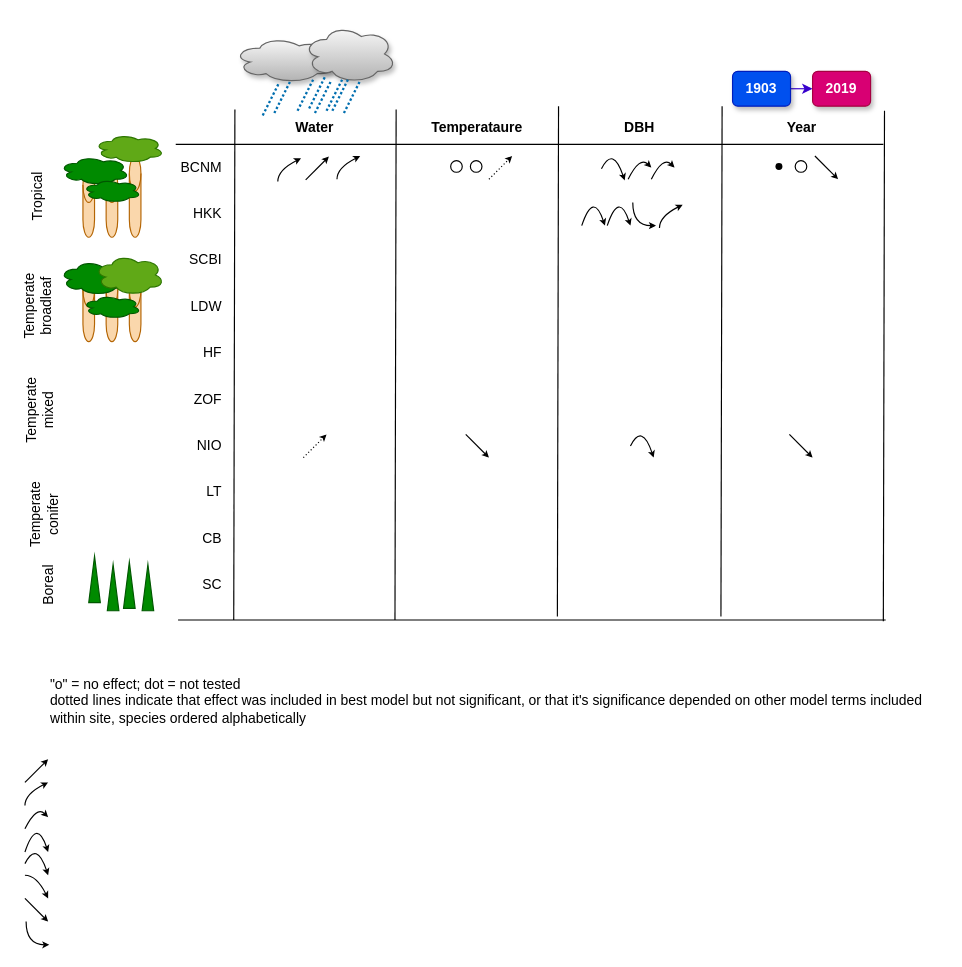
Before: doc/manuscript/tables_figures/SummaryFigure.drawio in EcoClimLab/ForestGEO-tree-rings, a draw.io diagram. Source tidied: cells renumbered, new cells numbered last; positions are measured from the earlier drawing's top-left corner, leaving out a move shared by most shapes. Both pictures are drawn from the tidied source at 116%, with x=0, y=0 at pixel (-1, 24).
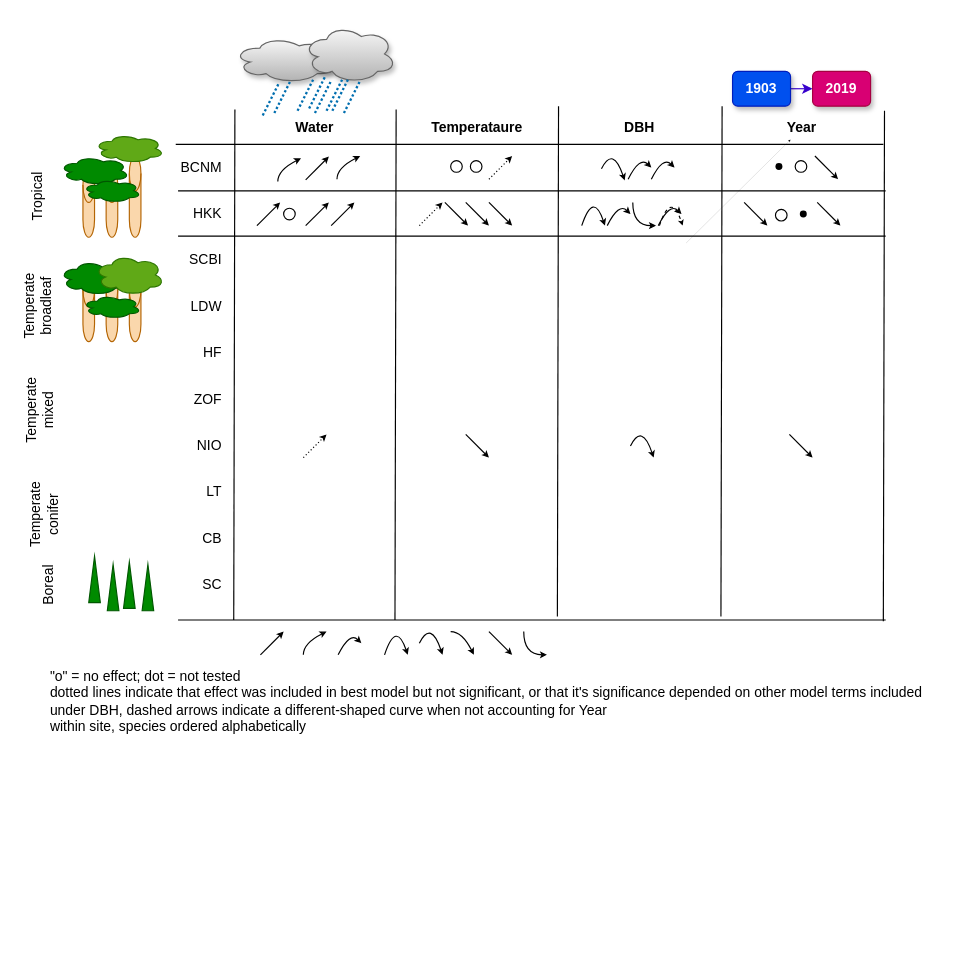
Above is the later version.

The change refers to these unchanged cells:
```xml
<mxCell id="19" value="Year" style="text;html=1;strokeColor=none;fillColor=none;align=center;verticalAlign=middle;whiteSpace=wrap;rounded=0;fontStyle=1;" parent="1" vertex="1">
  <mxGeometry x="622" y="79" width="140" height="20" as="geometry" />
</mxCell>
<mxCell id="59" style="ellipse;whiteSpace=wrap;html=1;rounded=1;shadow=0;align=left;fillColor=none;" parent="1" vertex="1">
  <mxGeometry x="592" y="188" as="geometry" />
</mxCell>
```

Diff of the diagram source:
```diff
@@
+    <mxCell id="87" style="curved=1;endArrow=classic;html=1;endSize=2;dashed=1;strokeWidth=1;" parent="1" edge="1">
+      <mxGeometry relative="1" as="geometry">
+        <mxPoint x="569" y="173" as="sourcePoint" />
+        <mxPoint x="589" y="173" as="targetPoint" />
+        <Array as="points">
+          <mxPoint x="579" y="143" />
+        </Array>
+      </mxGeometry>
+    </mxCell>
@@
-    <mxCell id="50" value="&lt;div&gt;&quot;o&quot; = no effect; dot = not tested&lt;br&gt;&lt;/div&gt;&lt;div&gt;dotted lines indicate that effect was included in best model but not significant, or that it's significance depended on other model terms included&lt;br&gt;&lt;/div&gt;&lt;div&gt;within site, species ordered alphabetically&lt;br&gt;&lt;/div&gt;" style="text;html=1;align=left;verticalAlign=middle;strokeColor=none;" parent="1" vertex="1">
-      <mxGeometry x="42" y="558" width="770" height="50" as="geometry" />
+    <mxCell id="50" value="&lt;div&gt;&quot;o&quot; = no effect; dot = not tested&lt;br&gt;&lt;/div&gt;&lt;div&gt;dotted lines indicate that effect was included in best model but not significant, or that it's significance depended on other model terms included&lt;/div&gt;&lt;div&gt;under DBH, dashed arrows indicate a different-shaped curve when not accounting for Year&lt;br&gt;&lt;/div&gt;&lt;div&gt;within site, species ordered alphabetically&lt;br&gt;&lt;/div&gt;" style="text;html=1;align=left;verticalAlign=middle;strokeColor=none;" parent="1" vertex="1">
+      <mxGeometry x="42" y="553" width="770" height="60" as="geometry" />
     </mxCell>
@@
     <mxCell id="52" style="endArrow=classic;html=1;endSize=3;" parent="1" edge="1">
       <mxGeometry relative="1" as="geometry">
-        <mxPoint x="22" y="653" as="sourcePoint" />
-        <mxPoint x="42" y="633" as="targetPoint" />
+        <mxPoint x="225" y="543" as="sourcePoint" />
+        <mxPoint x="245" y="523" as="targetPoint" />
       </mxGeometry>
     </mxCell>
     <mxCell id="53" style="curved=1;endArrow=classic;html=1;endSize=3;" parent="1" edge="1">
       <mxGeometry relative="1" as="geometry">
-        <mxPoint x="22" y="673" as="sourcePoint" />
-        <mxPoint x="42" y="653" as="targetPoint" />
+        <mxPoint x="262" y="543" as="sourcePoint" />
+        <mxPoint x="282" y="523" as="targetPoint" />
         <Array as="points">
-          <mxPoint x="22" y="663" />
+          <mxPoint x="262" y="533" />
         </Array>
       </mxGeometry>
     </mxCell>
@@
+    <mxCell id="88" style="edgeStyle=none;rounded=0;jettySize=auto;html=1;dashed=1;endSize=2;strokeColor=#000000;strokeWidth=0;" parent="1" edge="1" source="59" target="19">
+      <mxGeometry relative="1" as="geometry" />
+    </mxCell>
@@
     <mxCell id="62" style="curved=1;endArrow=classic;html=1;endSize=3;" parent="1" edge="1">
       <mxGeometry relative="1" as="geometry">
-        <mxPoint x="22" y="723" as="sourcePoint" />
-        <mxPoint x="42" y="733" as="targetPoint" />
+        <mxPoint x="362" y="533" as="sourcePoint" />
+        <mxPoint x="382" y="543" as="targetPoint" />
         <Array as="points">
-          <mxPoint x="32" y="703" />
+          <mxPoint x="372" y="513" />
         </Array>
       </mxGeometry>
     </mxCell>
@@
     <mxCell id="65" style="curved=1;endArrow=classic;html=1;endSize=3;" parent="1" edge="1">
       <mxGeometry relative="1" as="geometry">
-        <mxPoint x="22" y="713" as="sourcePoint" />
-        <mxPoint x="42" y="713" as="targetPoint" />
+        <mxPoint x="332" y="543" as="sourcePoint" />
+        <mxPoint x="352" y="543" as="targetPoint" />
         <Array as="points">
-          <mxPoint x="32" y="683" />
+          <mxPoint x="342" y="513" />
         </Array>
       </mxGeometry>
     </mxCell>
     <mxCell id="66" style="curved=1;endArrow=classic;html=1;endSize=3;" parent="1" edge="1">
       <mxGeometry relative="1" as="geometry">
-        <mxPoint x="23" y="773" as="sourcePoint" />
-        <mxPoint x="43" y="793" as="targetPoint" />
+        <mxPoint x="452" y="523" as="sourcePoint" />
+        <mxPoint x="472" y="543" as="targetPoint" />
         <Array as="points">
-          <mxPoint x="23" y="793" />
+          <mxPoint x="452" y="543" />
         </Array>
       </mxGeometry>
     </mxCell>
     <mxCell id="67" style="endArrow=classic;html=1;endSize=3;" parent="1" edge="1">
       <mxGeometry relative="1" as="geometry">
-        <mxPoint x="22" y="753" as="sourcePoint" />
-        <mxPoint x="42" y="773" as="targetPoint" />
+        <mxPoint x="422" y="523" as="sourcePoint" />
+        <mxPoint x="442" y="543" as="targetPoint" />
       </mxGeometry>
     </mxCell>
     <mxCell id="68" style="curved=1;endArrow=classic;html=1;endSize=3;" parent="1" edge="1">
       <mxGeometry relative="1" as="geometry">
-        <mxPoint x="22" y="693" as="sourcePoint" />
-        <mxPoint x="42" y="683" as="targetPoint" />
+        <mxPoint x="292" y="543" as="sourcePoint" />
+        <mxPoint x="312" y="533" as="targetPoint" />
         <Array as="points">
-          <mxPoint x="32" y="673" />
+          <mxPoint x="302" y="523" />
         </Array>
       </mxGeometry>
     </mxCell>
     <mxCell id="69" style="curved=1;endArrow=classic;html=1;endSize=3;" parent="1" edge="1">
       <mxGeometry relative="1" as="geometry">
-        <mxPoint x="22" y="733" as="sourcePoint" />
-        <mxPoint x="42" y="753" as="targetPoint" />
+        <mxPoint x="389" y="523" as="sourcePoint" />
+        <mxPoint x="409" y="543" as="targetPoint" />
         <Array as="points">
-          <mxPoint x="32" y="733" />
+          <mxPoint x="399" y="523" />
         </Array>
       </mxGeometry>
     </mxCell>
-    <mxCell id="70" style="curved=1;endArrow=classic;html=1;endSize=3;" parent="1" edge="1">
-      <mxGeometry relative="1" as="geometry">
-        <mxPoint x="524" y="173" as="sourcePoint" />
-        <mxPoint x="544" y="173" as="targetPoint" />
-        <Array as="points">
-          <mxPoint x="534" y="143" />
-        </Array>
-      </mxGeometry>
-    </mxCell>
@@
-    <mxCell id="73" style="curved=1;endArrow=classic;html=1;endSize=3;" parent="1" edge="1">
-      <mxGeometry relative="1" as="geometry">
-        <mxPoint x="569" y="175" as="sourcePoint" />
-        <mxPoint x="589" y="155" as="targetPoint" />
-        <Array as="points">
-          <mxPoint x="569" y="165" />
-        </Array>
-      </mxGeometry>
-    </mxCell>
@@
+    <mxCell id="89" style="endArrow=none;html=1;endSize=3;" parent="1" edge="1">
+      <mxGeometry relative="1" as="geometry">
+        <mxPoint x="154" y="143" as="sourcePoint" />
+        <mxPoint x="764" y="143" as="targetPoint" />
+      </mxGeometry>
+    </mxCell>
+    <mxCell id="90" style="endArrow=none;html=1;endSize=3;" parent="1" edge="1">
+      <mxGeometry relative="1" as="geometry">
+        <mxPoint x="154" y="182" as="sourcePoint" />
+        <mxPoint x="764" y="182" as="targetPoint" />
+      </mxGeometry>
+    </mxCell>
+    <mxCell id="91" style="curved=1;endArrow=classic;html=1;endSize=3;" parent="1" edge="1">
+      <mxGeometry relative="1" as="geometry">
+        <mxPoint x="524" y="173" as="sourcePoint" />
+        <mxPoint x="544" y="163" as="targetPoint" />
+        <Array as="points">
+          <mxPoint x="534" y="153" />
+        </Array>
+      </mxGeometry>
+    </mxCell>
+    <mxCell id="92" style="curved=1;endArrow=classic;html=1;endSize=3;" parent="1" edge="1">
+      <mxGeometry relative="1" as="geometry">
+        <mxPoint x="568" y="173" as="sourcePoint" />
+        <mxPoint x="588" y="163" as="targetPoint" />
+        <Array as="points">
+          <mxPoint x="578" y="153" />
+        </Array>
+      </mxGeometry>
+    </mxCell>
+    <mxCell id="93" style="shape=waypoint;size=6;fillColor=none;perimeter=centerPerimeter;rounded=1;shadow=0;align=left;" parent="1" vertex="1">
+      <mxGeometry x="673" y="143" width="40" height="40" as="geometry" />
+    </mxCell>
+    <mxCell id="94" style="ellipse;whiteSpace=wrap;html=1;rounded=1;shadow=0;align=left;fillColor=none;" parent="1" vertex="1">
+      <mxGeometry x="669" y="159" width="10" height="10" as="geometry" />
+    </mxCell>
+    <mxCell id="95" style="endArrow=classic;html=1;endSize=3;" parent="1" edge="1">
+      <mxGeometry relative="1" as="geometry">
+        <mxPoint x="642" y="153" as="sourcePoint" />
+        <mxPoint x="662" y="173" as="targetPoint" />
+      </mxGeometry>
+    </mxCell>
+    <mxCell id="96" style="endArrow=classic;html=1;endSize=3;" parent="1" edge="1">
+      <mxGeometry relative="1" as="geometry">
+        <mxPoint x="705" y="153" as="sourcePoint" />
+        <mxPoint x="725" y="173" as="targetPoint" />
+      </mxGeometry>
+    </mxCell>
+    <mxCell id="97" style="endArrow=classic;html=1;endSize=3;" parent="1" edge="1">
+      <mxGeometry relative="1" as="geometry">
+        <mxPoint x="222" y="173" as="sourcePoint" />
+        <mxPoint x="242" y="153" as="targetPoint" />
+      </mxGeometry>
+    </mxCell>
+    <mxCell id="98" style="ellipse;whiteSpace=wrap;html=1;rounded=1;shadow=0;align=left;fillColor=none;" parent="1" vertex="1">
+      <mxGeometry x="245" y="158" width="10" height="10" as="geometry" />
+    </mxCell>
+    <mxCell id="99" style="endArrow=classic;html=1;endSize=3;" parent="1" edge="1">
+      <mxGeometry relative="1" as="geometry">
+        <mxPoint x="264" y="173" as="sourcePoint" />
+        <mxPoint x="284" y="153" as="targetPoint" />
+      </mxGeometry>
+    </mxCell>
+    <mxCell id="100" style="endArrow=classic;html=1;endSize=3;" parent="1" edge="1">
+      <mxGeometry relative="1" as="geometry">
+        <mxPoint x="286" y="173" as="sourcePoint" />
+        <mxPoint x="306" y="153" as="targetPoint" />
+      </mxGeometry>
+    </mxCell>
+    <mxCell id="101" style="endArrow=classic;html=1;dashed=1;dashPattern=1 2;endSize=3;" parent="1" edge="1">
+      <mxGeometry relative="1" as="geometry">
+        <mxPoint x="362" y="173" as="sourcePoint" />
+        <mxPoint x="382" y="153" as="targetPoint" />
+      </mxGeometry>
+    </mxCell>
+    <mxCell id="102" style="endArrow=classic;html=1;endSize=3;" parent="1" edge="1">
+      <mxGeometry relative="1" as="geometry">
+        <mxPoint x="384" y="153" as="sourcePoint" />
+        <mxPoint x="404" y="173" as="targetPoint" />
+      </mxGeometry>
+    </mxCell>
+    <mxCell id="103" style="endArrow=classic;html=1;endSize=3;" parent="1" edge="1">
+      <mxGeometry relative="1" as="geometry">
+        <mxPoint x="402" y="153" as="sourcePoint" />
+        <mxPoint x="422" y="173" as="targetPoint" />
+      </mxGeometry>
+    </mxCell>
+    <mxCell id="104" style="endArrow=classic;html=1;endSize=3;" parent="1" edge="1">
+      <mxGeometry relative="1" as="geometry">
+        <mxPoint x="422" y="153" as="sourcePoint" />
+        <mxPoint x="442" y="173" as="targetPoint" />
+      </mxGeometry>
+    </mxCell>
```
